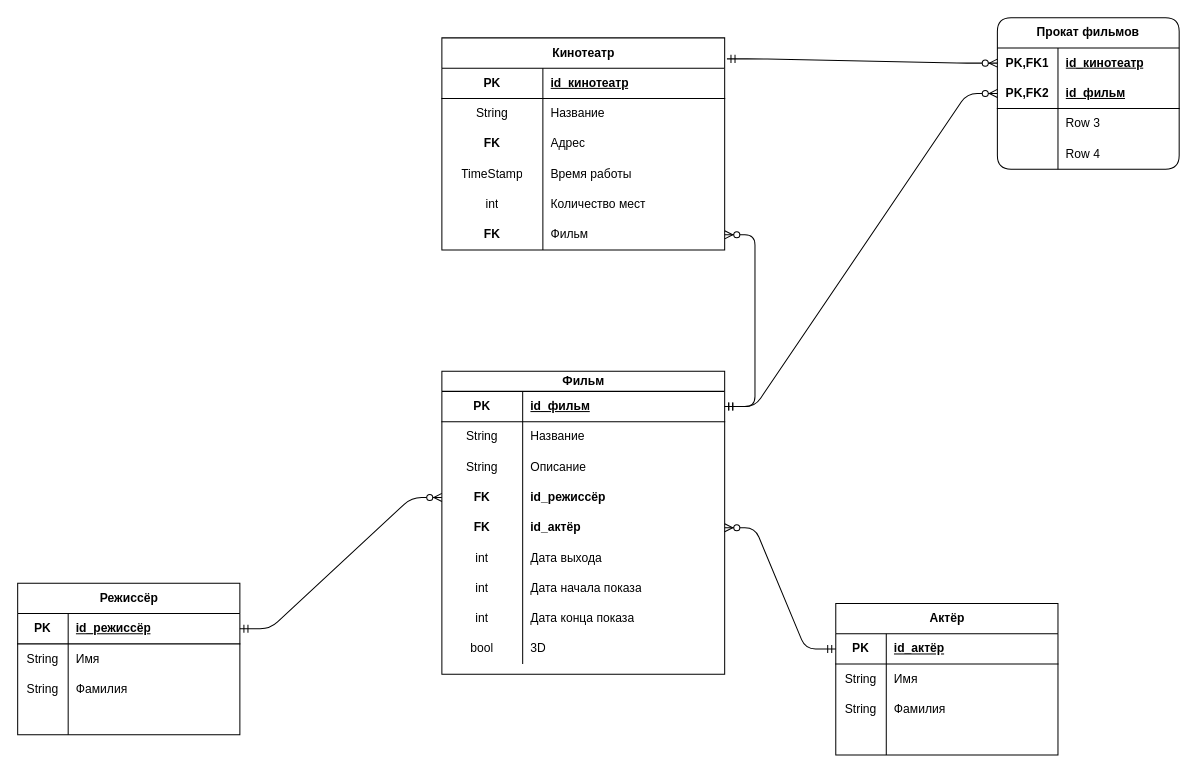
This is LW_2/films.drawio from KREeDo5/data-bases, a draw.io file, before an edit. Source tidied: cells renumbered, new cells numbered last; positions are measured from the earlier drawing's top-left corner, leaving out a move shared by most shapes. Both pictures are drawn from the tidied source at 101%, with x=0, y=0 at pixel (17, 17).
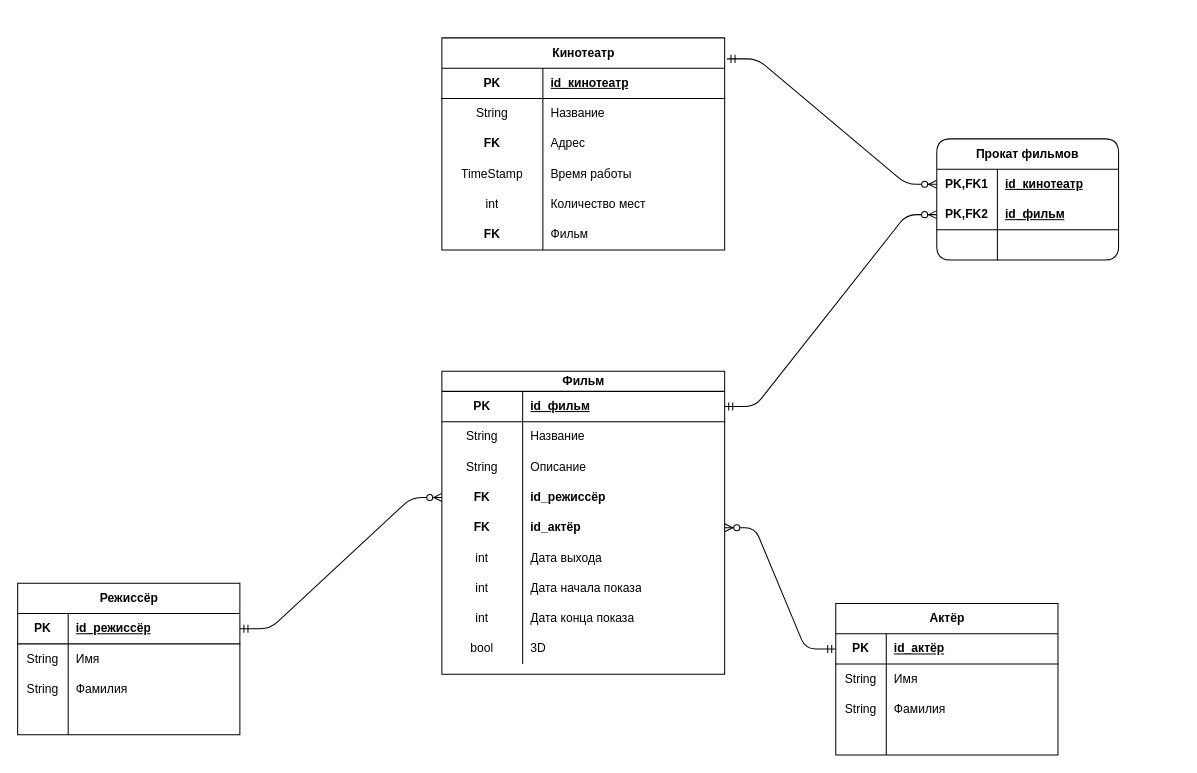
Above is the later version.

Commit message (it also covers changes not shown here):
Обновил отношения и добавил сущности

Unchanged cells that the change refers to:
```xml
<mxCell id="3" style="shape=tableRow;horizontal=0;startSize=0;swimlaneHead=0;swimlaneBody=0;fillColor=none;points=[[0,0.5],[1,0.5]];portConstraint=eastwest;top=0;left=0;right=0;bottom=1;rounded=1;" parent="2" vertex="1">
  <mxGeometry y="20" width="280" height="30" as="geometry" />
</mxCell>
<mxCell id="46" style="shape=tableRow;horizontal=0;startSize=0;swimlaneHead=0;swimlaneBody=0;fillColor=none;points=[[0,0.5],[1,0.5]];portConstraint=eastwest;top=0;left=0;right=0;bottom=0;rounded=1;" parent="30" vertex="1">
  <mxGeometry y="180" width="280" height="30" as="geometry" />
</mxCell>
```

Diff of the diagram source:
```diff
@@
     <mxCell id="49" value="Прокат фильмов" style="shape=table;startSize=30;childLayout=tableLayout;rowLines=0;fontStyle=1;align=center;html=1;whiteSpace=wrap;rounded=1;" parent="1" vertex="1">
-      <mxGeometry x="970" width="180" height="150" as="geometry" />
+      <mxGeometry x="910" y="120" width="180" height="120" as="geometry" />
     </mxCell>
@@
-    <mxCell id="56" style="shape=tableRow;horizontal=0;startSize=0;swimlaneHead=0;swimlaneBody=0;fillColor=none;top=0;left=0;right=0;bottom=0;html=1;rounded=1;" parent="49" vertex="1">
-      <mxGeometry y="90" width="180" height="30" as="geometry" />
-    </mxCell>
-    <mxCell id="57" style="shape=partialRectangle;fillColor=none;top=0;left=0;bottom=0;right=0;overflow=hidden;html=1;whiteSpace=wrap;rounded=1;" parent="56" vertex="1">
-      <mxGeometry width="60" height="30" as="geometry" />
-    </mxCell>
-    <mxCell id="58" value="Row 3" style="shape=partialRectangle;fillColor=none;top=0;left=0;bottom=0;right=0;align=left;spacingLeft=6;overflow=hidden;html=1;whiteSpace=wrap;rounded=1;" parent="56" vertex="1">
-      <mxGeometry x="60" width="120" height="30" as="geometry" />
-    </mxCell>
     <mxCell id="59" style="shape=tableRow;horizontal=0;startSize=0;swimlaneHead=0;swimlaneBody=0;fillColor=none;top=0;left=0;right=0;bottom=0;html=1;rounded=1;" parent="49" vertex="1">
-      <mxGeometry y="120" width="180" height="30" as="geometry" />
+      <mxGeometry y="90" width="180" height="30" as="geometry" />
     </mxCell>
@@
-    <mxCell id="61" value="Row 4" style="shape=partialRectangle;fillColor=none;top=0;left=0;bottom=0;right=0;align=left;spacingLeft=6;overflow=hidden;html=1;whiteSpace=wrap;rounded=1;" parent="59" vertex="1">
+    <mxCell id="61" style="shape=partialRectangle;fillColor=none;top=0;left=0;bottom=0;right=0;align=left;spacingLeft=6;overflow=hidden;html=1;whiteSpace=wrap;rounded=1;" parent="59" vertex="1">
       <mxGeometry x="60" width="120" height="30" as="geometry" />
     </mxCell>
-    <mxCell id="62" style="edgeStyle=entityRelationEdgeStyle;fontSize=12;html=1;endArrow=ERzeroToMany;startArrow=ERmandOne;rounded=1;entryX=1;entryY=0.5;entryDx=0;entryDy=0;exitX=1;exitY=0.5;exitDx=0;exitDy=0;" parent="1" edge="1" source="3" target="46">
-      <mxGeometry relative="1" as="geometry">
-        <Array as="points">
-          <mxPoint x="370" y="330" />
-          <mxPoint x="430" y="310" />
-        </Array>
-      </mxGeometry>
-    </mxCell>
```
